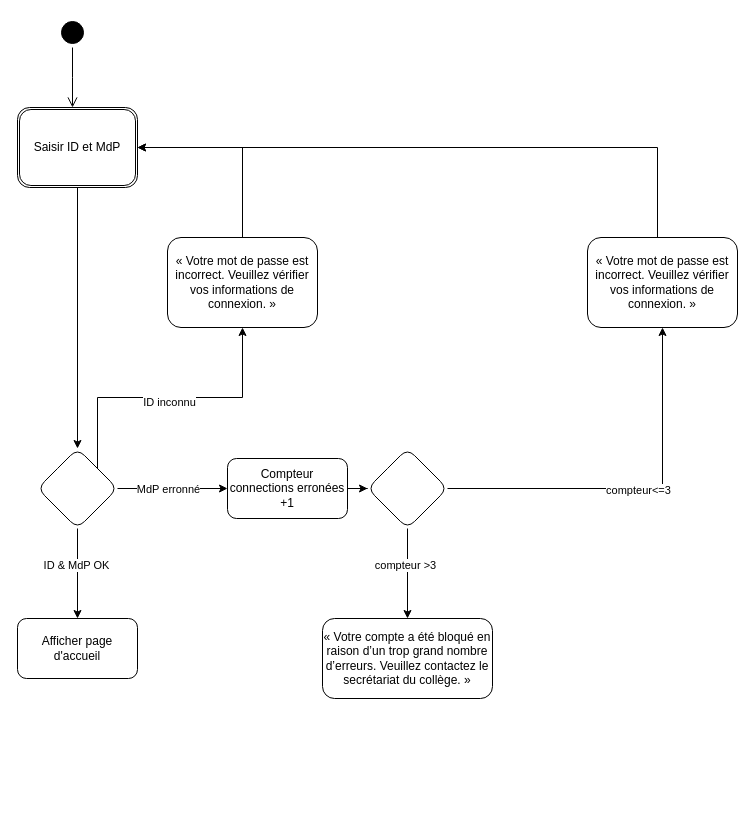
This is Les Sardines/DiagrammeDActivite.drawio from NLetenneur/UML-Introduction, a draw.io file, before an edit. Source tidied: cells renumbered, new cells numbered last; positions are measured from the earlier drawing's top-left corner, leaving out a move shared by most shapes. Both pictures are drawn from the tidied source at 100%, with x=0, y=0 at pixel (17, 17).
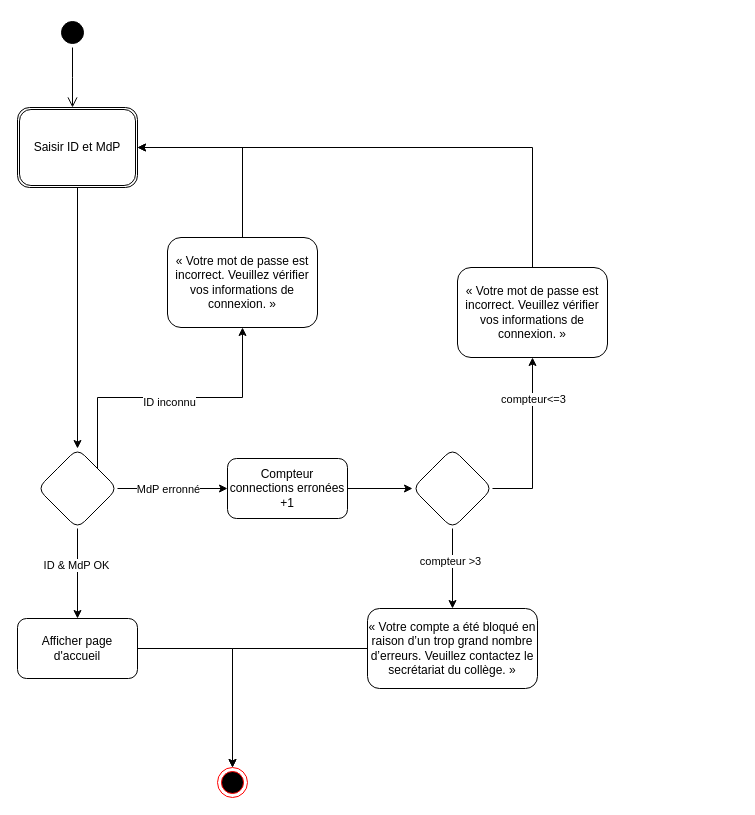
The same page after the edit.

Commit message (it also covers changes not shown here):
Mettre à jour DiagrammeDActivite.drawio

The change refers to these unchanged cells:
```xml
<mxCell id="5" value="Saisir ID et MdP" style="shape=ext;double=1;rounded=1;whiteSpace=wrap;html=1;" parent="1" vertex="1">
  <mxGeometry y="90" width="120" height="80" as="geometry" />
</mxCell>
<mxCell id="13" value="Afficher page d'accueil" style="whiteSpace=wrap;html=1;rounded=1;" parent="1" vertex="1">
  <mxGeometry y="601" width="120" height="60" as="geometry" />
</mxCell>
<mxCell id="16" style="edgeStyle=orthogonalEdgeStyle;rounded=0;jettySize=auto;html=1;entryX=0.5;entryY=1;entryDx=0;entryDy=0;exitX=1;exitY=0.5;exitDx=0;exitDy=0;" parent="1" edge="1" source="22" target="15">
  <mxGeometry relative="1" as="geometry" />
</mxCell>
```

Diff of the diagram source:
```diff
@@
+    <mxCell id="26" style="edgeStyle=orthogonalEdgeStyle;rounded=0;jettySize=auto;html=1;" parent="1" edge="1" source="13" target="28">
+      <mxGeometry relative="1" as="geometry" />
+    </mxCell>
@@
     <mxCell id="14" style="edgeStyle=orthogonalEdgeStyle;rounded=0;jettySize=auto;html=1;entryX=1;entryY=0.5;entryDx=0;entryDy=0;" parent="1" edge="1" source="15" target="5">
       <mxGeometry relative="1" as="geometry">
         <Array as="points">
-          <mxPoint x="640" y="130" />
+          <mxPoint x="515" y="130" />
         </Array>
       </mxGeometry>
     </mxCell>
     <mxCell id="15" value="&lt;p&gt; « Votre mot de passe est incorrect. Veuillez vérifier vos informations de connexion. » &lt;/p&gt;" style="whiteSpace=wrap;html=1;rounded=1;" parent="1" vertex="1">
-      <mxGeometry x="570" y="220" width="150" height="90" as="geometry" />
+      <mxGeometry x="440" y="250" width="150" height="90" as="geometry" />
     </mxCell>
@@
     <mxCell id="17" value="compteur&amp;lt;=3" style="edgeLabel;html=1;align=center;verticalAlign=middle;" parent="16" vertex="1">
-      <mxGeometry x="0.01" y="-1" relative="1" as="geometry" />
+      <mxGeometry x="0.01" y="-1" relative="1" as="geometry">
+        <mxPoint x="-1" y="-44" as="offset" />
+      </mxGeometry>
     </mxCell>
@@
     <mxCell id="22" style="rhombus;whiteSpace=wrap;html=1;rounded=1;" parent="1" vertex="1">
-      <mxGeometry x="350" y="431" width="80" height="80" as="geometry" />
+      <mxGeometry x="395" y="431" width="80" height="80" as="geometry" />
     </mxCell>
+    <mxCell id="27" style="edgeStyle=orthogonalEdgeStyle;rounded=0;jettySize=auto;html=1;" parent="1" edge="1" source="23" target="28">
+      <mxGeometry relative="1" as="geometry" />
+    </mxCell>
     <mxCell id="23" value="&lt;p&gt; « Votre compte a été bloqué en raison d’un trop grand nombre d’erreurs. Veuillez contactez le secrétariat du collège. »&lt;/p&gt;" style="whiteSpace=wrap;html=1;rounded=1;" parent="1" vertex="1">
-      <mxGeometry x="305" y="601" width="170" height="80" as="geometry" />
+      <mxGeometry x="350" y="591" width="170" height="80" as="geometry" />
     </mxCell>
@@
+    <mxCell id="28" style="ellipse;html=1;shape=endState;fillColor=#000000;strokeColor=#ff0000;" parent="1" vertex="1">
+      <mxGeometry x="200" y="750" width="30" height="30" as="geometry" />
+    </mxCell>
```
